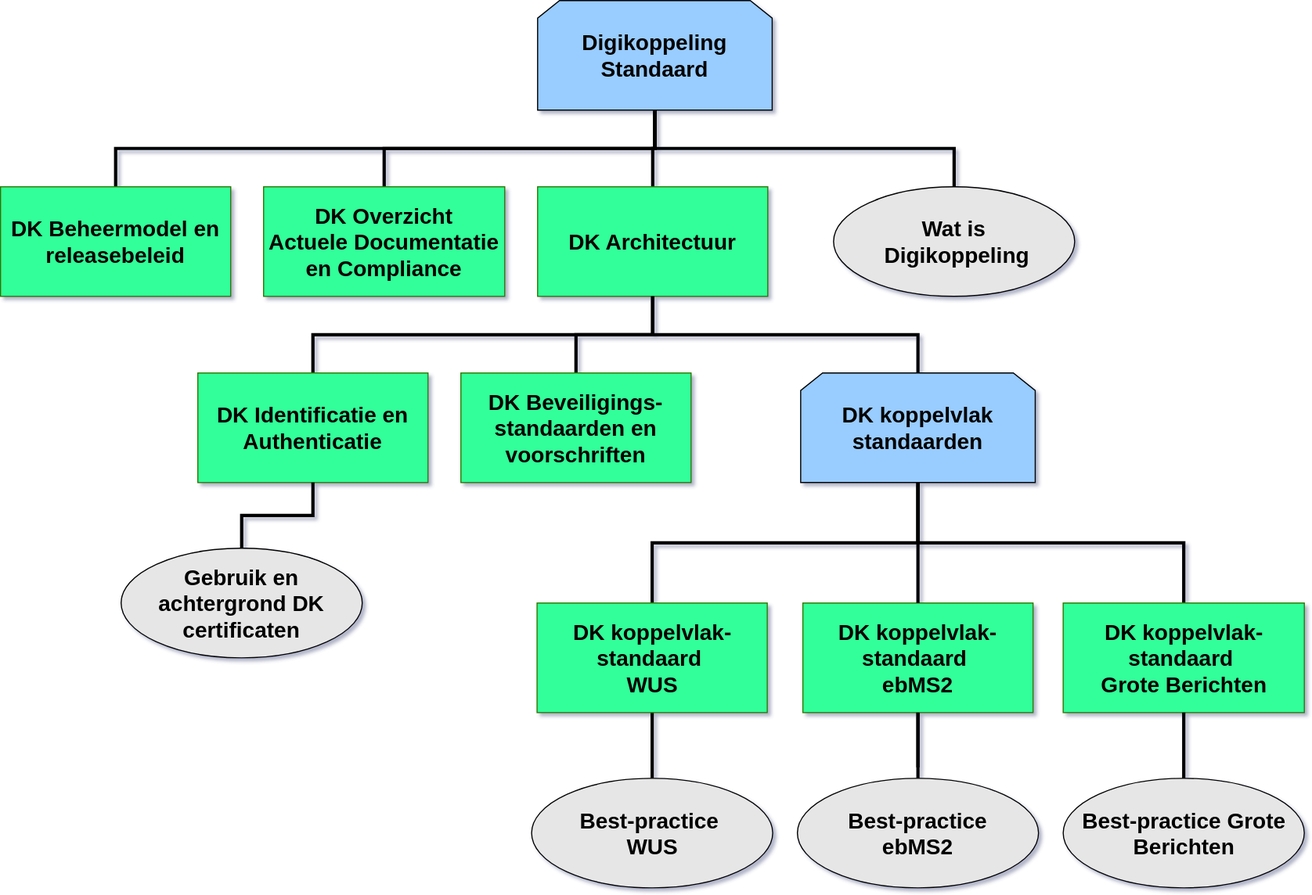
Before: media/DK_Specificatie_structuur_zonder_REST/DK_Specificatie_structuur.svg, a diagram exported from draw.io (Logius-standaarden/Digikoppeling-Algemeen). Source tidied: cells renumbered, new cells last; positions are measured from the earlier drawing's top-left corner, leaving out a move shared by most shapes.
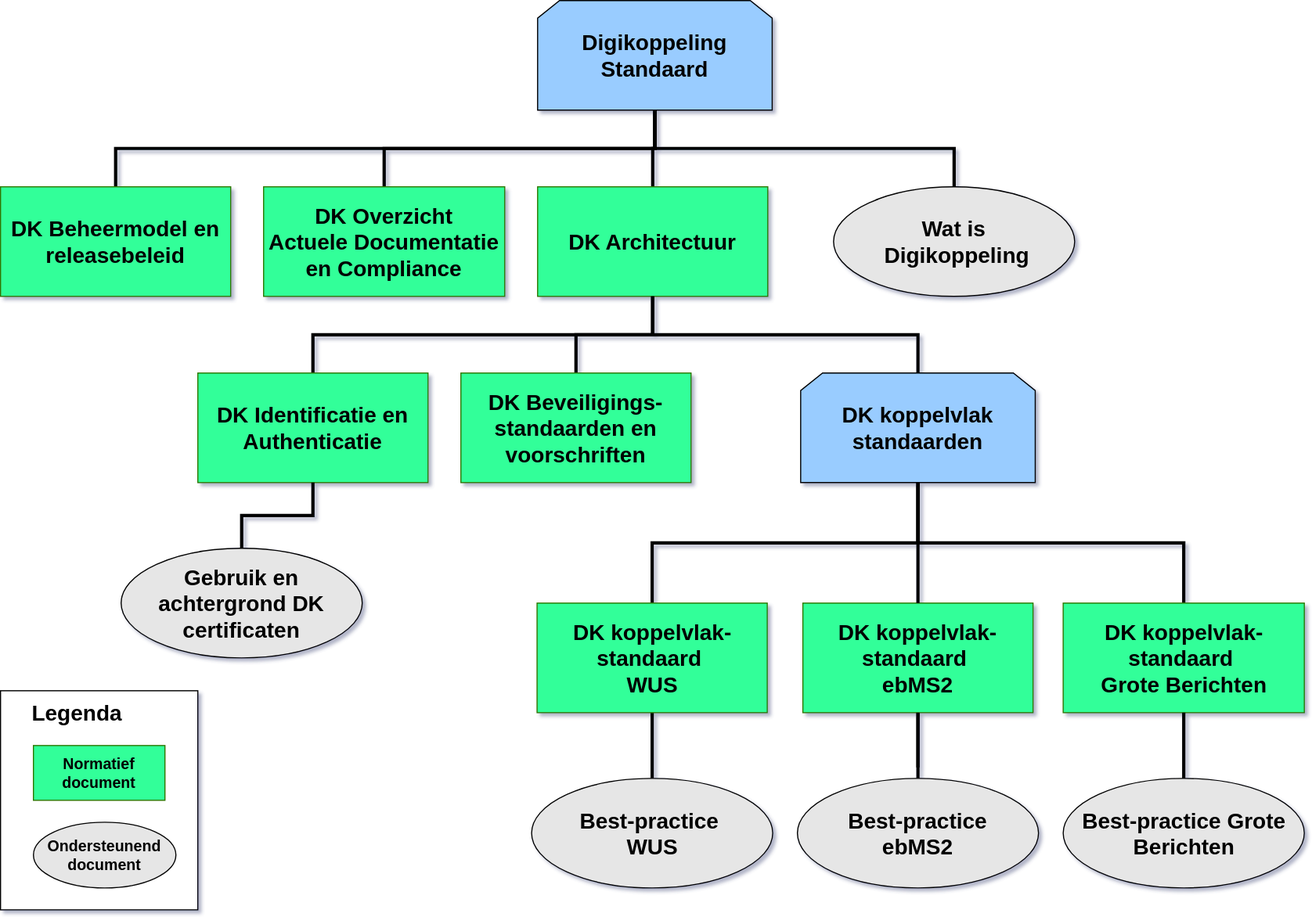
After the commit.

Diff of the diagram source:
```diff
@@ -2,6 +2,9 @@
   <root>
     <mxCell id="0" />
     <mxCell id="1" parent="0" />
+    <mxCell id="32" style="rounded=0;whiteSpace=wrap;html=1;fontSize=14;" parent="1" vertex="1">
+      <mxGeometry y="630" width="180" height="200" as="geometry" />
+    </mxCell>
     <mxCell id="2" style="edgeStyle=elbowEdgeStyle;rounded=0;jettySize=auto;html=1;exitX=0.5;exitY=1;exitDx=0;exitDy=0;entryX=0.5;entryY=0;entryDx=0;entryDy=0;fontSize=20;fontColor=#000000;elbow=vertical;strokeWidth=3;endArrow=none;endFill=0;" parent="1" edge="1" source="3" target="4">
       <mxGeometry relative="1" as="geometry" />
     </mxCell>
@@ -94,5 +97,14 @@
     <mxCell id="31" style="edgeStyle=elbowEdgeStyle;rounded=0;jettySize=auto;elbow=vertical;html=1;exitX=0.5;exitY=0;exitDx=0;exitDy=0;entryX=0.5;entryY=1;entryDx=0;entryDy=0;fontSize=20;fontColor=#000000;endArrow=none;endFill=0;strokeWidth=3;" parent="1" edge="1" source="21" target="16">
       <mxGeometry relative="1" as="geometry" />
     </mxCell>
+    <mxCell id="33" value="Legenda" style="text;html=1;strokeColor=none;fillColor=none;align=center;verticalAlign=middle;whiteSpace=wrap;rounded=0;fontSize=20;fontStyle=1;" parent="1" vertex="1">
+      <mxGeometry x="50" y="640" width="40" height="20" as="geometry" />
+    </mxCell>
+    <mxCell id="34" value="&lt;div style=&quot;font-size: 14px&quot;&gt;Ondersteunend&lt;br&gt;document&lt;/div&gt;" style="ellipse;whiteSpace=wrap;html=1;fontSize=20;fontColor=#000000;fillColor=#E6E6E6;fontStyle=1;" parent="1" vertex="1">
+      <mxGeometry x="30" y="750" width="130" height="60" as="geometry" />
+    </mxCell>
+    <mxCell id="35" value="Normatief &lt;br style=&quot;font-size: 14px;&quot;&gt;document&lt;br style=&quot;font-size: 14px;&quot;&gt;" style="rounded=0;whiteSpace=wrap;html=1;fontSize=14;fontStyle=1;fillColor=#33FF99;strokeColor=#2D7600;fontColor=#000000;" parent="1" vertex="1">
+      <mxGeometry x="30" y="680" width="120" height="50" as="geometry" />
+    </mxCell>
   </root>
 </mxGraphModel>
```
